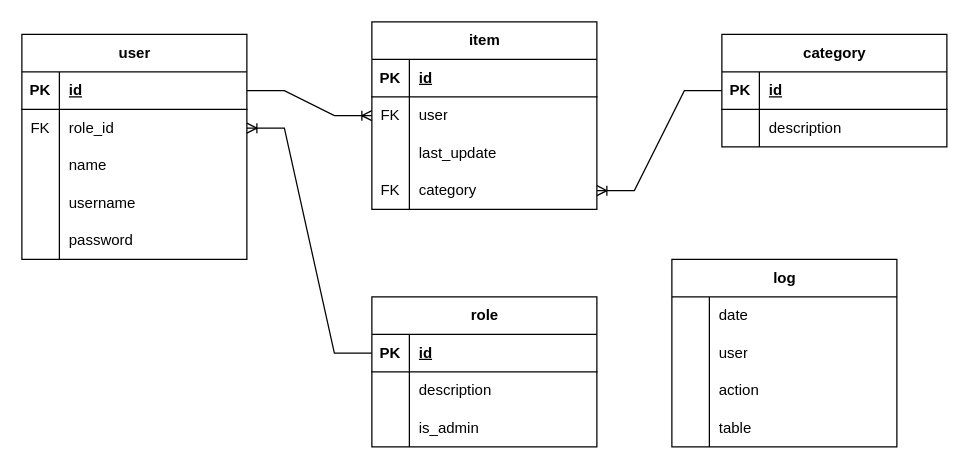
This is diagrams/data_schema.drawio from NM4TT/Restful-CRUD-App, a draw.io file, before an edit. Source tidied: cells renumbered, new cells numbered last; positions are measured from the earlier drawing's top-left corner, leaving out a move shared by most shapes. Both pictures are drawn from the tidied source at 125%, with x=0, y=0 at pixel (-16, 21).
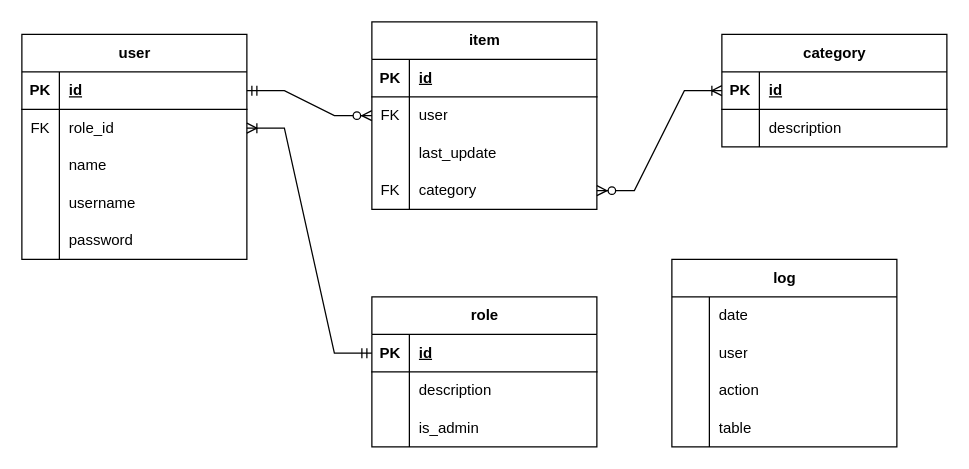
After the change.

Commit message (it also covers changes not shown here):
Modify relations & typos in data_schema and user_service_class_diagram

Unchanged cells that the change refers to:
```xml
<mxCell id="3" style="shape=tableRow;horizontal=0;startSize=0;swimlaneHead=0;swimlaneBody=0;fillColor=none;points=[[0,0.5],[1,0.5]];portConstraint=eastwest;top=0;left=0;right=0;bottom=1;" parent="2" vertex="1">
  <mxGeometry y="30" width="180" height="30" as="geometry" />
</mxCell>
<mxCell id="6" style="shape=tableRow;horizontal=0;startSize=0;swimlaneHead=0;swimlaneBody=0;fillColor=none;points=[[0,0.5],[1,0.5]];portConstraint=eastwest;top=0;left=0;right=0;bottom=0;swimlaneFillColor=none;" parent="2" vertex="1">
  <mxGeometry y="60" width="180" height="30" as="geometry" />
</mxCell>
<mxCell id="22" style="shape=tableRow;horizontal=0;startSize=0;swimlaneHead=0;swimlaneBody=0;fillColor=none;points=[[0,0.5],[1,0.5]];portConstraint=eastwest;top=0;left=0;right=0;bottom=0;" parent="18" vertex="1">
  <mxGeometry y="60" width="180" height="30" as="geometry" />
</mxCell>
<mxCell id="28" style="shape=tableRow;horizontal=0;startSize=0;swimlaneHead=0;swimlaneBody=0;fillColor=none;points=[[0,0.5],[1,0.5]];portConstraint=eastwest;top=0;left=0;right=0;bottom=0;" parent="18" vertex="1">
  <mxGeometry y="120" width="180" height="30" as="geometry" />
</mxCell>
<mxCell id="45" style="shape=tableRow;horizontal=0;startSize=0;swimlaneHead=0;swimlaneBody=0;fillColor=none;points=[[0,0.5],[1,0.5]];portConstraint=eastwest;top=0;left=0;right=0;bottom=1;" parent="44" vertex="1">
  <mxGeometry y="30" width="180" height="30" as="geometry" />
</mxCell>
<mxCell id="55" style="shape=tableRow;horizontal=0;startSize=0;swimlaneHead=0;swimlaneBody=0;fillColor=none;points=[[0,0.5],[1,0.5]];portConstraint=eastwest;top=0;left=0;right=0;bottom=1;" parent="54" vertex="1">
  <mxGeometry y="30" width="180" height="30" as="geometry" />
</mxCell>
```

The edit, as a diff of the source:
```diff
@@
-    <mxCell id="61" style="edgeStyle=entityRelationEdgeStyle;fontSize=12;html=1;endArrow=ERoneToMany;rounded=0;exitX=0;exitY=0.5;exitDx=0;exitDy=0;entryX=1;entryY=0.5;entryDx=0;entryDy=0;" parent="1" edge="1" source="55" target="28">
-      <mxGeometry relative="1" as="geometry" />
-    </mxCell>
+    <mxCell id="63" style="edgeStyle=entityRelationEdgeStyle;fontSize=12;html=1;endArrow=ERoneToMany;startArrow=ERmandOne;rounded=0;exitX=0;exitY=0.5;exitDx=0;exitDy=0;entryX=1;entryY=0.5;entryDx=0;entryDy=0;" parent="1" edge="1" source="45" target="6">
+      <mxGeometry relative="1" as="geometry" />
+    </mxCell>
-    <mxCell id="62" style="edgeStyle=entityRelationEdgeStyle;fontSize=12;html=1;endArrow=ERoneToMany;rounded=0;entryX=0;entryY=0.5;entryDx=0;entryDy=0;exitX=1;exitY=0.5;exitDx=0;exitDy=0;" parent="1" edge="1" source="3" target="22">
+    <mxCell id="62" style="edgeStyle=entityRelationEdgeStyle;fontSize=12;html=1;endArrow=ERzeroToMany;startArrow=ERmandOne;rounded=0;exitX=1;exitY=0.5;exitDx=0;exitDy=0;entryX=0;entryY=0.5;entryDx=0;entryDy=0;" parent="1" edge="1" source="3" target="22">
       <mxGeometry relative="1" as="geometry" />
     </mxCell>
-    <mxCell id="63" style="edgeStyle=entityRelationEdgeStyle;fontSize=12;html=1;endArrow=ERoneToMany;rounded=0;exitX=0;exitY=0.5;exitDx=0;exitDy=0;entryX=1;entryY=0.5;entryDx=0;entryDy=0;" parent="1" edge="1" source="45" target="6">
-      <mxGeometry relative="1" as="geometry">
-        <Array as="points">
-          <mxPoint y="320" />
-        </Array>
-      </mxGeometry>
-    </mxCell>
+    <mxCell id="64" style="edgeStyle=entityRelationEdgeStyle;fontSize=12;html=1;endArrow=ERoneToMany;startArrow=ERzeroToMany;rounded=0;exitX=1;exitY=0.5;exitDx=0;exitDy=0;entryX=0;entryY=0.5;entryDx=0;entryDy=0;" parent="1" edge="1" source="28" target="55">
+      <mxGeometry relative="1" as="geometry" />
+    </mxCell>
```
